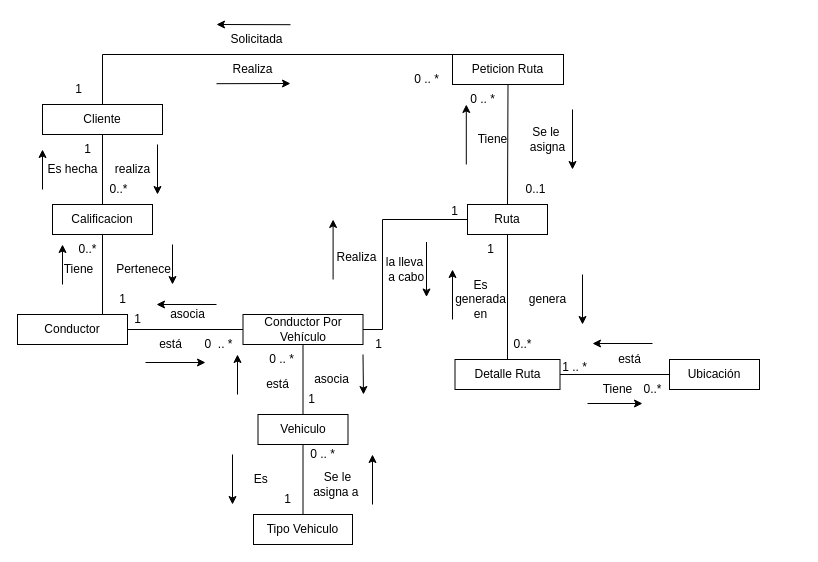
This is ExtraClase/Modelado de Dominio/Modelo anemico/ModeloDominio.drawio from federico1605/RepositorioDOO, a draw.io file, before an edit. Source tidied: cells renumbered, new cells numbered last; positions are measured from the earlier drawing's top-left corner, leaving out a move shared by most shapes. Both pictures are drawn from the tidied source at 100%, with x=0, y=0 at pixel (17, 24).
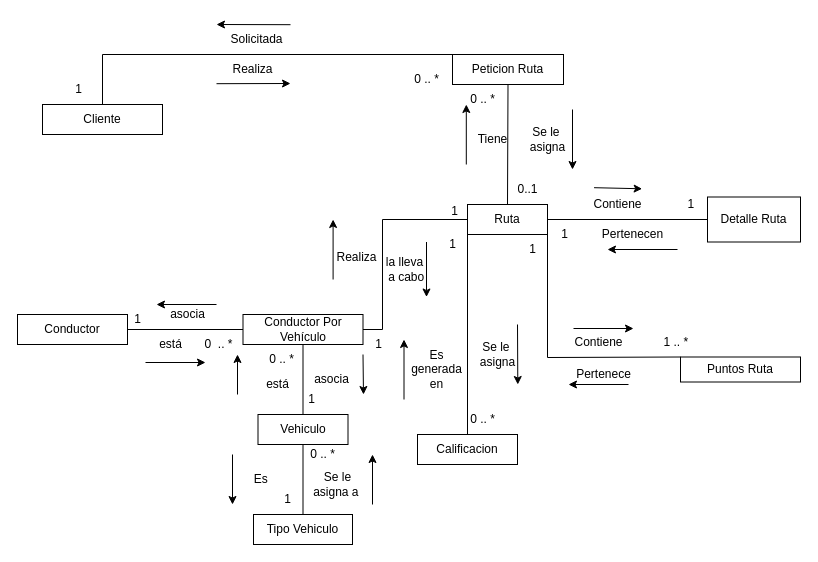
The same diagram, later.

The change refers to these unchanged cells:
```xml
<mxCell id="4" value="Conductor" style="rounded=0;whiteSpace=wrap;html=1;" parent="1" vertex="1">
  <mxGeometry y="290" width="110" height="30" as="geometry" />
</mxCell>
<mxCell id="5" value="Cliente" style="rounded=0;whiteSpace=wrap;html=1;" parent="1" vertex="1">
  <mxGeometry x="25" y="80" width="120" height="30" as="geometry" />
</mxCell>
<mxCell id="33" value="Ruta" style="rounded=0;whiteSpace=wrap;html=1;" parent="1" vertex="1">
  <mxGeometry x="450" y="180" width="80" height="30" as="geometry" />
</mxCell>
```

Diff of the diagram source:
```diff
@@
-    <mxCell id="2" value="&lt;span style=&quot;font-weight: normal;&quot;&gt;Detalle Ruta&lt;/span&gt;" style="rounded=0;whiteSpace=wrap;html=1;fontStyle=1;" parent="1" vertex="1">
-      <mxGeometry x="437.5" y="335" width="105" height="30" as="geometry" />
-    </mxCell>
@@
-    <mxCell id="6" value="Calificacion" style="rounded=0;whiteSpace=wrap;html=1;" parent="1" vertex="1">
-      <mxGeometry x="35" y="180" width="100" height="30" as="geometry" />
-    </mxCell>
-    <mxCell id="7" style="endArrow=none;html=1;rounded=0;entryX=0.5;entryY=1;entryDx=0;entryDy=0;exitX=0.5;exitY=0;exitDx=0;exitDy=0;" parent="1" edge="1" source="6" target="5">
-      <mxGeometry relative="1" as="geometry" />
-    </mxCell>
-    <mxCell id="8" style="endArrow=none;html=1;rounded=0;entryX=0.773;entryY=0;entryDx=0;entryDy=0;exitX=0.5;exitY=1;exitDx=0;exitDy=0;entryPerimeter=0;" parent="1" edge="1" source="6" target="4">
-      <mxGeometry relative="1" as="geometry" />
-    </mxCell>
@@
-    <mxCell id="10" style="endArrow=none;html=1;rounded=0;entryX=0.5;entryY=1;entryDx=0;entryDy=0;exitX=0.5;exitY=0;exitDx=0;exitDy=0;" parent="1" edge="1" source="2" target="33">
-      <mxGeometry relative="1" as="geometry" />
-    </mxCell>
-    <mxCell id="11" value="realiza" style="text;html=1;align=center;verticalAlign=middle;strokeColor=none;fillColor=none;" parent="1" vertex="1">
-      <mxGeometry x="85" y="130" width="60" height="30" as="geometry" />
-    </mxCell>
-    <mxCell id="12" value="Es hecha" style="text;html=1;align=center;verticalAlign=middle;strokeColor=none;fillColor=none;" parent="1" vertex="1">
-      <mxGeometry x="15" y="130" width="80" height="30" as="geometry" />
-    </mxCell>
-    <mxCell id="13" value="0..*" style="text;html=1;align=center;verticalAlign=middle;strokeColor=none;fillColor=none;" parent="1" vertex="1">
-      <mxGeometry x="80.5" y="150" width="40" height="30" as="geometry" />
-    </mxCell>
-    <mxCell id="14" value="1" style="text;html=1;align=center;verticalAlign=middle;strokeColor=none;fillColor=none;" parent="1" vertex="1">
-      <mxGeometry x="55" y="110" width="30" height="30" as="geometry" />
-    </mxCell>
-    <mxCell id="15" value="Pertenece" style="text;html=1;align=center;verticalAlign=middle;strokeColor=none;fillColor=none;" parent="1" vertex="1">
-      <mxGeometry x="85.5" y="230" width="80" height="30" as="geometry" />
-    </mxCell>
-    <mxCell id="16" value="Tiene" style="text;html=1;align=center;verticalAlign=middle;strokeColor=none;fillColor=none;" parent="1" vertex="1">
-      <mxGeometry x="35.5" y="230" width="50" height="30" as="geometry" />
-    </mxCell>
-    <mxCell id="17" value="0..*" style="text;html=1;align=center;verticalAlign=middle;strokeColor=none;fillColor=none;" parent="1" vertex="1">
-      <mxGeometry x="50" y="210" width="40" height="30" as="geometry" />
-    </mxCell>
-    <mxCell id="18" style="endArrow=classic;html=1;rounded=0;" parent="1" edge="1">
-      <mxGeometry relative="1" as="geometry">
-        <mxPoint x="140" y="120" as="sourcePoint" />
-        <mxPoint x="140" y="170" as="targetPoint" />
-      </mxGeometry>
-    </mxCell>
-    <mxCell id="19" style="endArrow=classic;html=1;rounded=0;" parent="1" edge="1">
-      <mxGeometry relative="1" as="geometry">
-        <mxPoint x="25" y="165" as="sourcePoint" />
-        <mxPoint x="25" y="125" as="targetPoint" />
-      </mxGeometry>
-    </mxCell>
-    <mxCell id="20" style="endArrow=classic;html=1;rounded=0;" parent="1" edge="1">
-      <mxGeometry relative="1" as="geometry">
-        <mxPoint x="45" y="260" as="sourcePoint" />
-        <mxPoint x="45" y="220" as="targetPoint" />
-      </mxGeometry>
-    </mxCell>
-    <mxCell id="21" style="endArrow=classic;html=1;rounded=0;" parent="1" edge="1">
-      <mxGeometry relative="1" as="geometry">
-        <mxPoint x="155" y="220" as="sourcePoint" />
-        <mxPoint x="155" y="260" as="targetPoint" />
-      </mxGeometry>
-    </mxCell>
-    <mxCell id="22" value="0..*" style="text;html=1;align=center;verticalAlign=middle;strokeColor=none;fillColor=none;" parent="1" vertex="1">
-      <mxGeometry x="485" y="305" width="40" height="30" as="geometry" />
-    </mxCell>
-    <mxCell id="23" value="1" style="text;html=1;align=center;verticalAlign=middle;strokeColor=none;fillColor=none;" parent="1" vertex="1">
-      <mxGeometry x="457.5" y="210" width="30" height="30" as="geometry" />
-    </mxCell>
-    <mxCell id="24" value="genera" style="text;html=1;align=center;verticalAlign=middle;strokeColor=none;fillColor=none;" parent="1" vertex="1">
-      <mxGeometry x="500" y="260" width="60" height="30" as="geometry" />
-    </mxCell>
-    <mxCell id="25" value="Es &lt;br&gt;generada&lt;br&gt;&amp;nbsp;en&amp;nbsp;" style="text;html=1;align=center;verticalAlign=middle;strokeColor=none;fillColor=none;" parent="1" vertex="1">
-      <mxGeometry x="427.5" y="245" width="70" height="60" as="geometry" />
-    </mxCell>
-    <mxCell id="26" style="endArrow=classic;html=1;rounded=0;" parent="1" edge="1">
-      <mxGeometry relative="1" as="geometry">
-        <mxPoint x="435" y="295" as="sourcePoint" />
-        <mxPoint x="435" y="245" as="targetPoint" />
-      </mxGeometry>
-    </mxCell>
-    <mxCell id="27" style="endArrow=classic;html=1;rounded=0;fontStyle=1;" parent="1" edge="1">
-      <mxGeometry relative="1" as="geometry">
-        <mxPoint x="565" y="250" as="sourcePoint" />
-        <mxPoint x="565" y="300" as="targetPoint" />
-      </mxGeometry>
-    </mxCell>
@@
-    <mxCell id="30" value="Ubicación" style="rounded=0;whiteSpace=wrap;html=1;" parent="1" vertex="1">
-      <mxGeometry x="652" y="335" width="90" height="30" as="geometry" />
-    </mxCell>
@@
-    <mxCell id="36" style="endArrow=none;html=1;rounded=0;entryX=0;entryY=0.5;entryDx=0;entryDy=0;exitX=1;exitY=0.5;exitDx=0;exitDy=0;" parent="1" edge="1" source="2" target="30">
-      <mxGeometry relative="1" as="geometry" />
-    </mxCell>
@@
     <mxCell id="46" value="0..1" style="text;html=1;align=center;verticalAlign=middle;strokeColor=none;fillColor=none;" parent="1" vertex="1">
-      <mxGeometry x="497.5" y="150" width="40" height="30" as="geometry" />
+      <mxGeometry x="490" y="150" width="40" height="30" as="geometry" />
     </mxCell>
@@
-    <mxCell id="51" value="1" style="text;html=1;align=center;verticalAlign=middle;strokeColor=none;fillColor=none;" parent="1" vertex="1">
-      <mxGeometry x="90" y="260" width="30" height="30" as="geometry" />
-    </mxCell>
@@
-    <mxCell id="62" value="Tiene" style="text;html=1;align=center;verticalAlign=middle;strokeColor=none;fillColor=none;" parent="1" vertex="1">
-      <mxGeometry x="575" y="350" width="50" height="30" as="geometry" />
-    </mxCell>
-    <mxCell id="63" value="0..*" style="text;html=1;align=center;verticalAlign=middle;strokeColor=none;fillColor=none;" parent="1" vertex="1">
-      <mxGeometry x="615" y="350" width="40" height="30" as="geometry" />
-    </mxCell>
-    <mxCell id="64" value="está" style="text;html=1;align=center;verticalAlign=middle;strokeColor=none;fillColor=none;" parent="1" vertex="1">
-      <mxGeometry x="587" y="320" width="50" height="30" as="geometry" />
-    </mxCell>
-    <mxCell id="65" value="1 .. *" style="text;html=1;align=center;verticalAlign=middle;strokeColor=none;fillColor=none;" parent="1" vertex="1">
-      <mxGeometry x="532" y="328" width="50" height="30" as="geometry" />
-    </mxCell>
@@
-    <mxCell id="80" style="endArrow=classic;html=1;rounded=0;" parent="1" edge="1">
-      <mxGeometry relative="1" as="geometry">
-        <mxPoint x="635" y="319" as="sourcePoint" />
-        <mxPoint x="575" y="319" as="targetPoint" />
-      </mxGeometry>
-    </mxCell>
-    <mxCell id="81" style="endArrow=classic;html=1;rounded=0;" parent="1" edge="1">
-      <mxGeometry relative="1" as="geometry">
-        <mxPoint x="570" y="379" as="sourcePoint" />
-        <mxPoint x="625" y="379" as="targetPoint" />
-      </mxGeometry>
-    </mxCell>
+    <mxCell id="6" value="Calificacion" style="rounded=0;whiteSpace=wrap;html=1;" parent="1" vertex="1">
+      <mxGeometry x="400" y="410" width="100" height="30" as="geometry" />
+    </mxCell>
+    <mxCell id="2" value="Detalle Ruta" style="rounded=0;whiteSpace=wrap;html=1;" parent="1" vertex="1">
+      <mxGeometry x="690" y="172.5" width="93" height="45" as="geometry" />
+    </mxCell>
+    <mxCell id="82" style="endArrow=none;html=1;rounded=0;exitX=1;exitY=0.5;exitDx=0;exitDy=0;entryX=0;entryY=0.5;entryDx=0;entryDy=0;" parent="1" edge="1" source="33" target="2">
+      <mxGeometry relative="1" as="geometry" />
+    </mxCell>
+    <mxCell id="83" style="endArrow=none;html=1;rounded=0;entryX=0.5;entryY=0;entryDx=0;entryDy=0;exitX=0;exitY=1;exitDx=0;exitDy=0;" parent="1" edge="1" source="33" target="6">
+      <mxGeometry relative="1" as="geometry" />
+    </mxCell>
+    <mxCell id="84" value="Se le&amp;nbsp;&lt;br&gt;asigna" style="text;html=1;align=center;verticalAlign=middle;strokeColor=none;fillColor=none;rotation=0;" parent="1" vertex="1">
+      <mxGeometry x="450" y="310" width="60" height="40" as="geometry" />
+    </mxCell>
+    <mxCell id="85" style="endArrow=classic;html=1;rounded=0;fontStyle=1;" parent="1" edge="1">
+      <mxGeometry relative="1" as="geometry">
+        <mxPoint x="500" y="300" as="sourcePoint" />
+        <mxPoint x="500.3" y="360" as="targetPoint" />
+      </mxGeometry>
+    </mxCell>
+    <mxCell id="25" value="Es &lt;br&gt;generada&lt;br&gt;&amp;nbsp;en&amp;nbsp;" style="text;html=1;align=center;verticalAlign=middle;strokeColor=none;fillColor=none;rotation=0;" parent="1" vertex="1">
+      <mxGeometry x="384" y="315" width="70" height="60" as="geometry" />
+    </mxCell>
+    <mxCell id="86" style="endArrow=classic;html=1;rounded=0;fontStyle=1;" parent="1" edge="1">
+      <mxGeometry relative="1" as="geometry">
+        <mxPoint x="386.5" y="375" as="sourcePoint" />
+        <mxPoint x="386.5" y="315" as="targetPoint" />
+      </mxGeometry>
+    </mxCell>
+    <mxCell id="87" value="0 .. *" style="text;html=1;align=center;verticalAlign=middle;strokeColor=none;fillColor=none;rotation=0;" parent="1" vertex="1">
+      <mxGeometry x="440" y="380" width="50" height="30" as="geometry" />
+    </mxCell>
+    <mxCell id="88" value="1&lt;br&gt;" style="text;html=1;align=center;verticalAlign=middle;strokeColor=none;fillColor=none;rotation=0;" parent="1" vertex="1">
+      <mxGeometry x="420" y="205" width="30" height="30" as="geometry" />
+    </mxCell>
+    <mxCell id="89" value="Contiene" style="text;html=1;align=center;verticalAlign=middle;points=[];strokeColor=none;fillColor=none;rotation=0;" parent="1" vertex="1">
+      <mxGeometry x="565" y="165" width="70" height="30" as="geometry" />
+    </mxCell>
+    <mxCell id="90" value="Pertenecen" style="text;html=1;align=center;verticalAlign=middle;strokeColor=none;fillColor=none;rotation=0;" parent="1" vertex="1">
+      <mxGeometry x="570" y="195" width="90" height="30" as="geometry" />
+    </mxCell>
+    <mxCell id="91" style="endArrow=classic;html=1;rounded=0;fontStyle=1;exitX=0.165;exitY=-0.06;exitDx=0;exitDy=0;exitPerimeter=0;entryX=0.852;entryY=-0.024;entryDx=0;entryDy=0;entryPerimeter=0;" parent="1" edge="1" source="89" target="89">
+      <mxGeometry relative="1" as="geometry" />
+    </mxCell>
+    <mxCell id="92" style="endArrow=classic;html=1;rounded=0;fontStyle=1;" parent="1" edge="1">
+      <mxGeometry relative="1" as="geometry">
+        <mxPoint x="660" y="225" as="sourcePoint" />
+        <mxPoint x="590" y="225" as="targetPoint" />
+      </mxGeometry>
+    </mxCell>
+    <mxCell id="93" value="1&amp;nbsp;" style="text;html=1;align=center;verticalAlign=middle;strokeColor=none;fillColor=none;rotation=0;" parent="1" vertex="1">
+      <mxGeometry x="660" y="165" width="30" height="30" as="geometry" />
+    </mxCell>
+    <mxCell id="94" value="1&lt;br&gt;" style="text;html=1;align=center;verticalAlign=middle;strokeColor=none;fillColor=none;rotation=0;" parent="1" vertex="1">
+      <mxGeometry x="532" y="195" width="30" height="30" as="geometry" />
+    </mxCell>
+    <mxCell id="95" value="Puntos Ruta" style="rounded=0;whiteSpace=wrap;html=1;" parent="1" vertex="1">
+      <mxGeometry x="663" y="332.5" width="120" height="25" as="geometry" />
+    </mxCell>
+    <mxCell id="96" style="endArrow=none;html=1;rounded=0;entryX=0;entryY=0;entryDx=0;entryDy=0;exitX=1;exitY=1;exitDx=0;exitDy=0;" parent="1" edge="1" source="33" target="95">
+      <mxGeometry relative="1" as="geometry">
+        <Array as="points">
+          <mxPoint x="530" y="333" />
+        </Array>
+      </mxGeometry>
+    </mxCell>
+    <mxCell id="65" value="1 .. *&amp;nbsp;" style="text;html=1;align=center;verticalAlign=middle;strokeColor=none;fillColor=none;" parent="1" vertex="1">
+      <mxGeometry x="635" y="302.5" width="50" height="30" as="geometry" />
+    </mxCell>
+    <mxCell id="97" value="1" style="text;html=1;align=center;verticalAlign=middle;strokeColor=none;fillColor=none;" parent="1" vertex="1">
+      <mxGeometry x="500" y="210" width="30" height="30" as="geometry" />
+    </mxCell>
+    <mxCell id="98" value="Contiene" style="text;html=1;align=center;verticalAlign=middle;strokeColor=none;fillColor=none;" parent="1" vertex="1">
+      <mxGeometry x="546" y="302.5" width="70" height="30" as="geometry" />
+    </mxCell>
+    <mxCell id="15" value="Pertenece" style="text;html=1;align=center;verticalAlign=middle;strokeColor=none;fillColor=none;" parent="1" vertex="1">
+      <mxGeometry x="546" y="335" width="80" height="30" as="geometry" />
+    </mxCell>
+    <mxCell id="99" style="endArrow=classic;html=1;rounded=0;" parent="1" edge="1">
+      <mxGeometry relative="1" as="geometry">
+        <mxPoint x="556" y="304" as="sourcePoint" />
+        <mxPoint x="616" y="304" as="targetPoint" />
+      </mxGeometry>
+    </mxCell>
+    <mxCell id="100" style="endArrow=classic;html=1;rounded=0;" parent="1" edge="1">
+      <mxGeometry relative="1" as="geometry">
+        <mxPoint x="611" y="360" as="sourcePoint" />
+        <mxPoint x="551" y="360" as="targetPoint" />
+      </mxGeometry>
+    </mxCell>
```
